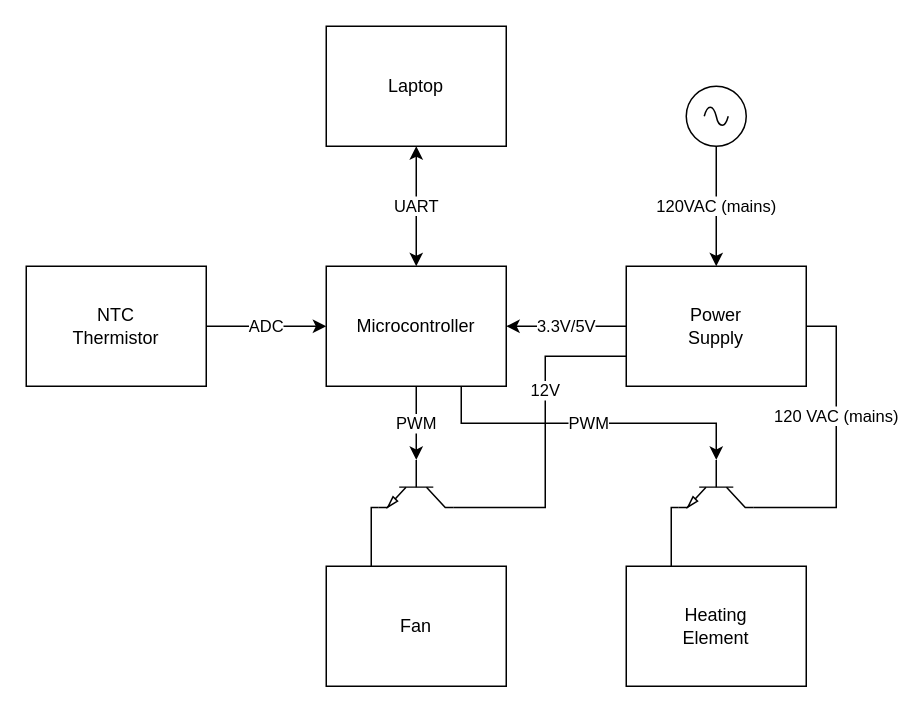
The draw.io diagram page "Block Diagram" (1 of 4) of avr_coffee_roaster/docs/coffee_roaster_block_diagram.drawio in frangoose/my_avr_projects, before the edit. Source tidied: cells renumbered, new cells numbered last; positions are measured from the earlier drawing's top-left corner, leaving out a move shared by most shapes. Both pictures are drawn from the tidied source at 150%, with x=0, y=0 at pixel (26, 26).
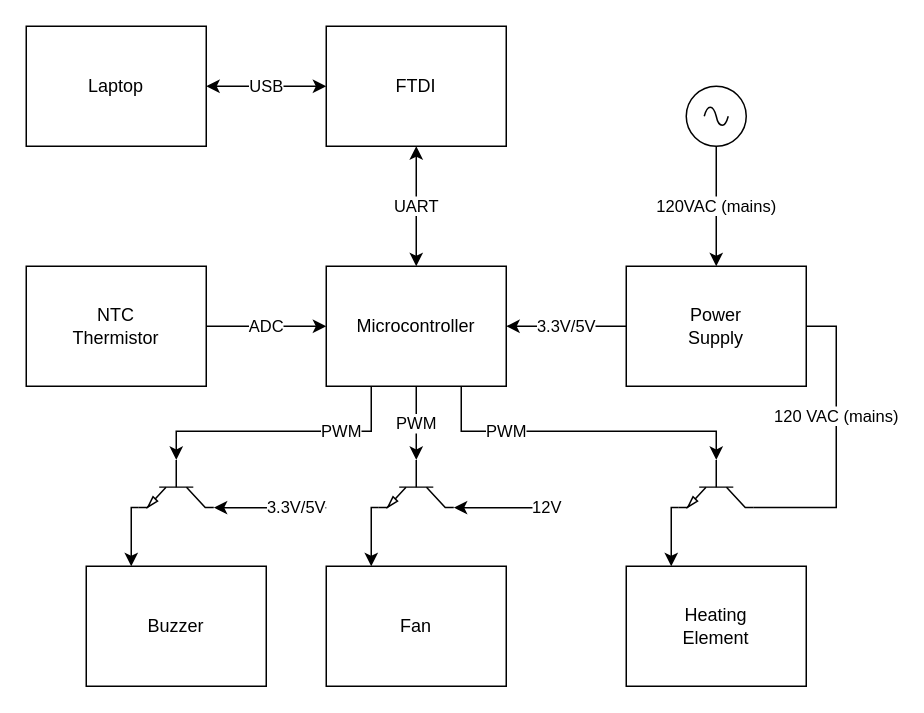
Above is the later version.

Commit message:
Removed access token (deprecated)

The change refers to these unchanged cells:
```xml
<mxCell id="6" value="Microcontroller" style="rounded=0;whiteSpace=wrap;html=1;" parent="1" vertex="1">
  <mxGeometry x="200" y="160" width="120" height="80" as="geometry" />
</mxCell>
<mxCell id="7" value="Heating&lt;br&gt;Element" style="rounded=0;whiteSpace=wrap;html=1;" parent="1" vertex="1">
  <mxGeometry x="400" y="360" width="120" height="80" as="geometry" />
</mxCell>
<mxCell id="8" value="Fan" style="rounded=0;whiteSpace=wrap;html=1;" parent="1" vertex="1">
  <mxGeometry x="200" y="360" width="120" height="80" as="geometry" />
</mxCell>
<mxCell id="14" value="Power&lt;br&gt;Supply" style="rounded=0;whiteSpace=wrap;html=1;" parent="1" vertex="1">
  <mxGeometry x="400" y="160" width="120" height="80" as="geometry" />
</mxCell>
<mxCell id="18" style="verticalLabelPosition=bottom;shadow=0;dashed=0;align=center;html=1;verticalAlign=top;shape=mxgraph.electrical.transistors.npn_transistor_5;rotation=90;" parent="1" vertex="1">
  <mxGeometry x="444" y="280" width="32" height="50" as="geometry" />
</mxCell>
<mxCell id="20" style="verticalLabelPosition=bottom;shadow=0;dashed=0;align=center;html=1;verticalAlign=top;shape=mxgraph.electrical.transistors.npn_transistor_5;rotation=90;" parent="1" vertex="1">
  <mxGeometry x="244" y="280" width="32" height="50" as="geometry" />
</mxCell>
```

Diff of the diagram source:
```diff
@@
     <mxCell id="5" value="PWM" style="edgeStyle=orthogonalEdgeStyle;rounded=0;jettySize=auto;html=1;exitX=0.75;exitY=1;exitDx=0;exitDy=0;entryX=0;entryY=0.5;entryDx=0;entryDy=0;entryPerimeter=0;startArrow=none;startFill=0;endArrow=classic;endFill=1;" parent="1" edge="1" source="6" target="18">
-      <mxGeometry relative="1" as="geometry" />
+      <mxGeometry x="-0.45" relative="1" as="geometry">
+        <Array as="points">
+          <mxPoint x="290" y="270" />
+          <mxPoint x="460" y="270" />
+        </Array>
+      </mxGeometry>
     </mxCell>
+    <mxCell id="21" value="PWM" style="edgeStyle=orthogonalEdgeStyle;rounded=0;jettySize=auto;html=1;exitX=0.25;exitY=1;exitDx=0;exitDy=0;entryX=0;entryY=0.5;entryDx=0;entryDy=0;entryPerimeter=0;" parent="1" edge="1" source="6" target="24">
+      <mxGeometry x="-0.44" relative="1" as="geometry">
+        <Array as="points">
+          <mxPoint x="230" y="270" />
+          <mxPoint x="100" y="270" />
+        </Array>
+      </mxGeometry>
+    </mxCell>
@@
-    <mxCell id="10" value="Laptop" style="rounded=0;whiteSpace=wrap;html=1;" parent="1" vertex="1">
+    <mxCell id="10" value="FTDI" style="rounded=0;whiteSpace=wrap;html=1;" parent="1" vertex="1">
       <mxGeometry x="200" width="120" height="80" as="geometry" />
     </mxCell>
@@
-    <mxCell id="13" value="12V" style="edgeStyle=orthogonalEdgeStyle;rounded=0;jettySize=auto;html=1;exitX=0;exitY=0.75;exitDx=0;exitDy=0;entryX=1;entryY=0;entryDx=0;entryDy=0;entryPerimeter=0;startArrow=none;startFill=0;endArrow=none;endFill=0;" parent="1" edge="1" source="14" target="20">
-      <mxGeometry x="-0.29" relative="1" as="geometry">
-        <Array as="points">
-          <mxPoint x="346" y="220" />
-          <mxPoint x="346" y="321" />
-        </Array>
-      </mxGeometry>
-    </mxCell>
@@
-    <mxCell id="17" style="edgeStyle=orthogonalEdgeStyle;rounded=0;jettySize=auto;html=1;exitX=1;exitY=1;exitDx=0;exitDy=0;exitPerimeter=0;entryX=0.25;entryY=0;entryDx=0;entryDy=0;startArrow=none;startFill=0;endArrow=none;endFill=0;" parent="1" edge="1" source="18" target="7">
+    <mxCell id="17" style="edgeStyle=orthogonalEdgeStyle;rounded=0;jettySize=auto;html=1;exitX=1;exitY=1;exitDx=0;exitDy=0;exitPerimeter=0;entryX=0.25;entryY=0;entryDx=0;entryDy=0;startArrow=none;startFill=0;endArrow=classic;endFill=1;" parent="1" edge="1" source="18" target="7">
       <mxGeometry relative="1" as="geometry">
         <Array as="points">
           <mxPoint x="430" y="321" />
         </Array>
       </mxGeometry>
     </mxCell>
@@
-    <mxCell id="19" style="edgeStyle=orthogonalEdgeStyle;rounded=0;jettySize=auto;html=1;exitX=1;exitY=1;exitDx=0;exitDy=0;exitPerimeter=0;entryX=0.25;entryY=0;entryDx=0;entryDy=0;startArrow=none;startFill=0;endArrow=none;endFill=0;" parent="1" edge="1" source="20" target="8">
+    <mxCell id="19" style="edgeStyle=orthogonalEdgeStyle;rounded=0;jettySize=auto;html=1;exitX=1;exitY=1;exitDx=0;exitDy=0;exitPerimeter=0;entryX=0.25;entryY=0;entryDx=0;entryDy=0;startArrow=none;startFill=0;endArrow=classic;endFill=1;" parent="1" edge="1" source="20" target="8">
       <mxGeometry relative="1" as="geometry">
         <Array as="points">
           <mxPoint x="230" y="321" />
         </Array>
       </mxGeometry>
     </mxCell>
@@
+    <mxCell id="22" value="Buzzer" style="rounded=0;whiteSpace=wrap;html=1;" parent="1" vertex="1">
+      <mxGeometry x="40" y="360" width="120" height="80" as="geometry" />
+    </mxCell>
+    <mxCell id="23" style="edgeStyle=orthogonalEdgeStyle;rounded=0;jettySize=auto;html=1;exitX=1;exitY=1;exitDx=0;exitDy=0;exitPerimeter=0;entryX=0.25;entryY=0;entryDx=0;entryDy=0;" parent="1" edge="1" source="24" target="22">
+      <mxGeometry relative="1" as="geometry" />
+    </mxCell>
+    <mxCell id="24" style="verticalLabelPosition=bottom;shadow=0;dashed=0;align=center;html=1;verticalAlign=top;shape=mxgraph.electrical.transistors.npn_transistor_5;rotation=90;" parent="1" vertex="1">
+      <mxGeometry x="84" y="280" width="32" height="50" as="geometry" />
+    </mxCell>
+    <mxCell id="25" value="3.3V/5V" style="edgeStyle=orthogonalEdgeStyle;rounded=0;jettySize=auto;html=1;startArrow=none;startFill=0;endArrow=classic;endFill=1;entryX=1;entryY=0;entryDx=0;entryDy=0;entryPerimeter=0;" parent="1" edge="1" target="24">
+      <mxGeometry x="-0.47" relative="1" as="geometry">
+        <mxPoint x="200" y="321" as="sourcePoint" />
+        <Array as="points">
+          <mxPoint x="172" y="321" />
+        </Array>
+      </mxGeometry>
+    </mxCell>
+    <mxCell id="26" value="USB" style="edgeStyle=orthogonalEdgeStyle;rounded=0;jettySize=auto;html=1;exitX=1;exitY=0.5;exitDx=0;exitDy=0;entryX=0;entryY=0.5;entryDx=0;entryDy=0;startArrow=classic;startFill=1;" parent="1" edge="1" source="27" target="10">
+      <mxGeometry relative="1" as="geometry" />
+    </mxCell>
+    <mxCell id="27" value="Laptop" style="rounded=0;whiteSpace=wrap;html=1;" parent="1" vertex="1">
+      <mxGeometry width="120" height="80" as="geometry" />
+    </mxCell>
+    <mxCell id="13" value="12V" style="edgeStyle=orthogonalEdgeStyle;rounded=0;jettySize=auto;html=1;startArrow=none;startFill=0;endArrow=classic;endFill=1;entryX=1;entryY=0;entryDx=0;entryDy=0;entryPerimeter=0;" parent="1" edge="1" target="20">
+      <mxGeometry x="-0.8" relative="1" as="geometry">
+        <mxPoint x="340" y="321" as="sourcePoint" />
+        <Array as="points">
+          <mxPoint x="347" y="320" />
+        </Array>
+      </mxGeometry>
+    </mxCell>
```
